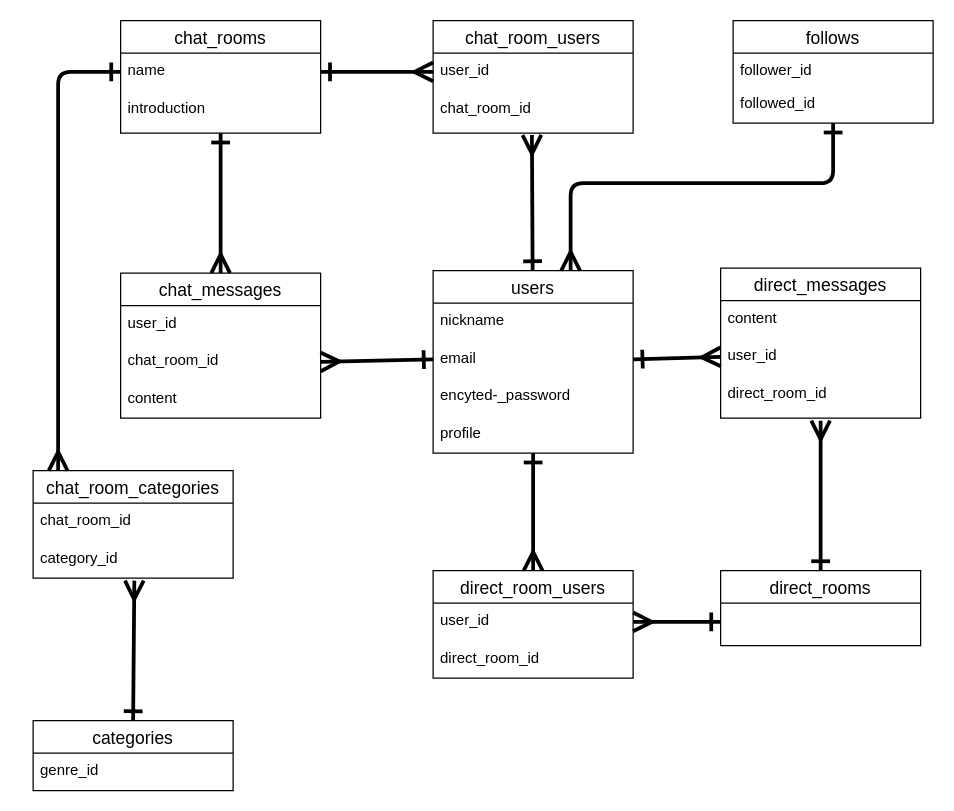
MAXIM-kn/shumitomo-app keeps this draw.io diagram as page "ページ1" (1 of 2) of データベース設計.dio. Above is the earlier version. Source tidied: cells renumbered, new cells numbered last; positions are measured from the earlier drawing's top-left corner, leaving out a move shared by most shapes. Both pictures are drawn from the tidied source at 125%, with x=0, y=0 at pixel (32, 20).
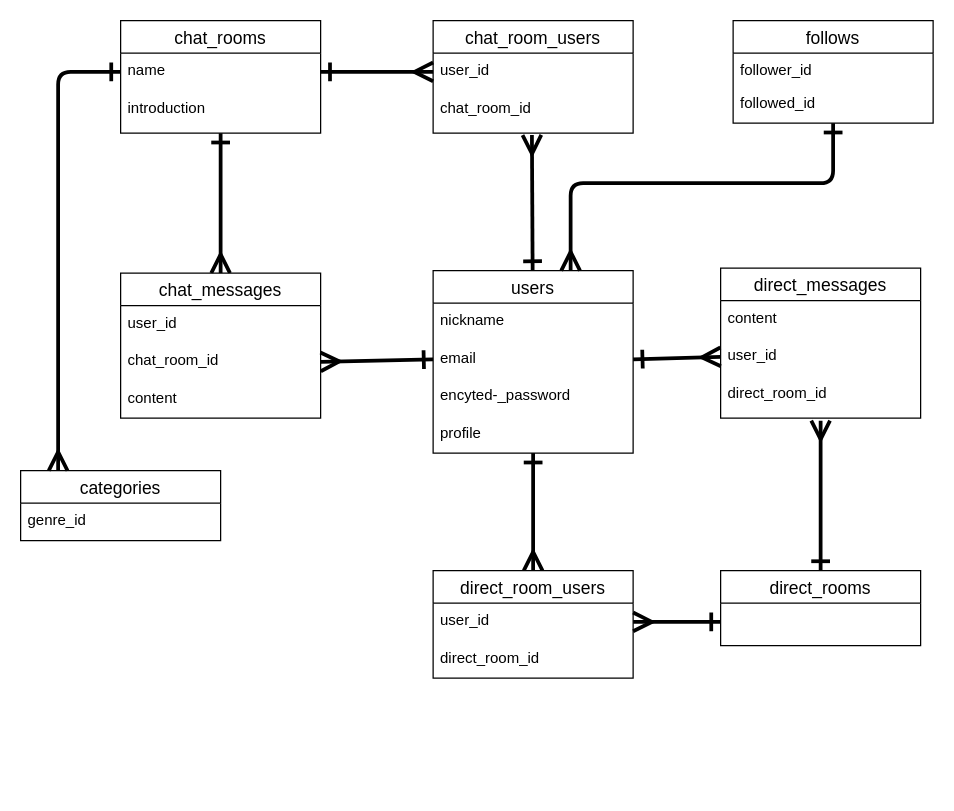
The same diagram, later.

The edit, as a diff of the source:
```diff
@@
-    <mxCell id="37" style="edgeStyle=none;html=1;exitX=0.5;exitY=0;exitDx=0;exitDy=0;entryX=0.506;entryY=1.067;entryDx=0;entryDy=0;entryPerimeter=0;startArrow=ERone;startFill=0;endArrow=ERmany;endFill=0;strokeWidth=3;endSize=11;startSize=11;" parent="1" edge="1" source="38" target="42">
-      <mxGeometry relative="1" as="geometry" />
-    </mxCell>
     <mxCell id="38" value="categories" style="swimlane;fontStyle=0;horizontal=1;startSize=26;align=center;fontSize=14;" parent="1" vertex="1">
-      <mxGeometry y="560" width="160" height="56" as="geometry" />
+      <mxGeometry x="-10" y="360" width="160" height="56" as="geometry" />
     </mxCell>
@@
-    <mxCell id="40" value="chat_room_categories" style="swimlane;fontStyle=0;horizontal=1;startSize=26;align=center;fontSize=14;" parent="1" vertex="1">
-      <mxGeometry y="360" width="160" height="86" as="geometry" />
-    </mxCell>
-    <mxCell id="41" value="chat_room_id" style="text;strokeColor=none;fillColor=none;spacingLeft=4;spacingRight=4;overflow=hidden;fontSize=12;" parent="40" vertex="1">
-      <mxGeometry y="26" width="160" height="30" as="geometry" />
-    </mxCell>
-    <mxCell id="42" value="category_id" style="text;strokeColor=none;fillColor=none;spacingLeft=4;spacingRight=4;overflow=hidden;points=[[0,0.5],[1,0.5]];portConstraint=eastwest;fontSize=12;" parent="40" vertex="1">
-      <mxGeometry y="56" width="160" height="30" as="geometry" />
-    </mxCell>
```
